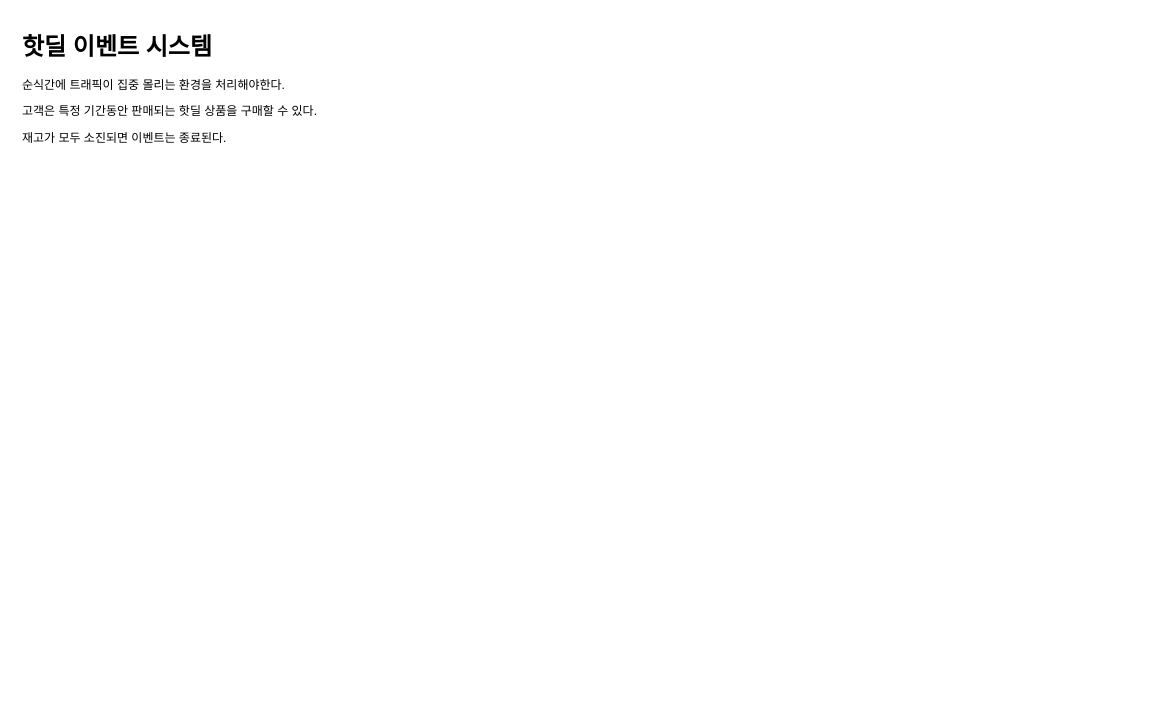
junho3/practice-system-design keeps this draw.io diagram as drawio/핫딜_이벤트_시스템.drawio. Above is the earlier version. Source tidied: cells renumbered, new cells numbered last; positions are measured from the earlier drawing's top-left corner, leaving out a move shared by most shapes. Both pictures are drawn from the tidied source at 100%, with x=0, y=0 at pixel (17, 27).
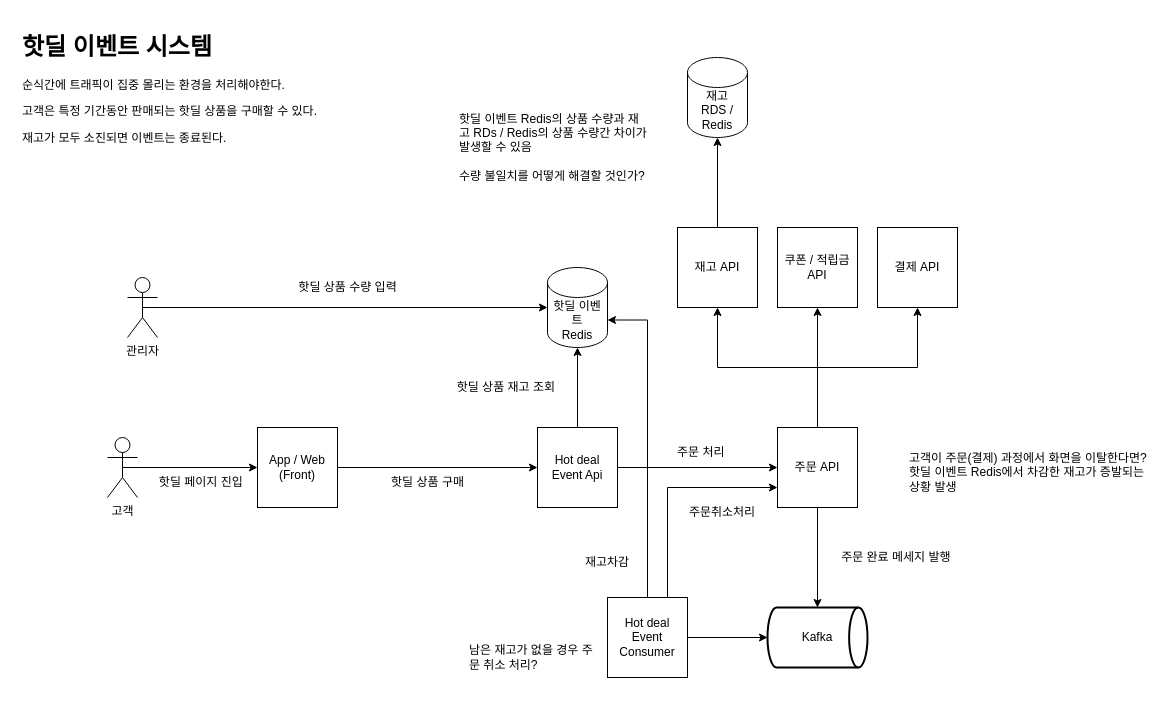
Above is the later version.

Commit message (it also covers changes not shown here):
핫딜_이벤트_시스템.drawio 업데이트

What changed in the source:
```diff
@@
+    <mxCell id="3" style="edgeStyle=orthogonalEdgeStyle;rounded=0;jettySize=auto;html=1;exitX=0.5;exitY=0.5;exitDx=0;exitDy=0;exitPerimeter=0;entryX=0;entryY=0.5;entryDx=0;entryDy=0;" parent="1" edge="1" source="4" target="6">
+      <mxGeometry relative="1" as="geometry" />
+    </mxCell>
+    <mxCell id="4" value="고객" style="shape=umlActor;verticalLabelPosition=bottom;verticalAlign=top;html=1;outlineConnect=0;" parent="1" vertex="1">
+      <mxGeometry x="90" y="410" width="30" height="60" as="geometry" />
+    </mxCell>
+    <mxCell id="5" style="edgeStyle=orthogonalEdgeStyle;rounded=0;jettySize=auto;html=1;exitX=1;exitY=0.5;exitDx=0;exitDy=0;entryX=0;entryY=0.5;entryDx=0;entryDy=0;" parent="1" edge="1" source="6" target="9">
+      <mxGeometry relative="1" as="geometry" />
+    </mxCell>
+    <mxCell id="6" value="App / Web&lt;br&gt;(Front)" style="whiteSpace=wrap;html=1;" parent="1" vertex="1">
+      <mxGeometry x="240" y="400" width="80" height="80" as="geometry" />
+    </mxCell>
+    <mxCell id="7" style="edgeStyle=orthogonalEdgeStyle;rounded=0;jettySize=auto;html=1;exitX=0.5;exitY=0;exitDx=0;exitDy=0;entryX=0.5;entryY=1;entryDx=0;entryDy=0;entryPerimeter=0;" parent="1" edge="1" source="9" target="10">
+      <mxGeometry relative="1" as="geometry" />
+    </mxCell>
+    <mxCell id="8" style="edgeStyle=orthogonalEdgeStyle;rounded=0;jettySize=auto;html=1;exitX=1;exitY=0.5;exitDx=0;exitDy=0;entryX=0;entryY=0.5;entryDx=0;entryDy=0;" parent="1" edge="1" source="9" target="18">
+      <mxGeometry relative="1" as="geometry" />
+    </mxCell>
+    <mxCell id="9" value="Hot deal Event Api" style="whiteSpace=wrap;html=1;" parent="1" vertex="1">
+      <mxGeometry x="520" y="400" width="80" height="80" as="geometry" />
+    </mxCell>
+    <mxCell id="10" value="핫딜 이벤트&lt;br&gt;Redis" style="shape=cylinder3;whiteSpace=wrap;html=1;boundedLbl=1;backgroundOutline=1;size=15;" parent="1" vertex="1">
+      <mxGeometry x="530" y="240" width="60" height="80" as="geometry" />
+    </mxCell>
+    <mxCell id="11" value="핫딜 상품 재고 조회&amp;nbsp;" style="text;html=1;align=center;verticalAlign=middle;strokeColor=none;fillColor=none;" parent="1" vertex="1">
+      <mxGeometry x="425" y="345" width="130" height="30" as="geometry" />
+    </mxCell>
+    <mxCell id="12" value="핫딜 페이지 진입&amp;nbsp;" style="text;html=1;align=center;verticalAlign=middle;strokeColor=none;fillColor=none;" parent="1" vertex="1">
+      <mxGeometry x="130" y="440" width="110" height="30" as="geometry" />
+    </mxCell>
+    <mxCell id="13" value="핫딜 상품 구매" style="text;html=1;align=center;verticalAlign=middle;strokeColor=none;fillColor=none;" parent="1" vertex="1">
+      <mxGeometry x="360" y="440" width="100" height="30" as="geometry" />
+    </mxCell>
+    <mxCell id="14" style="edgeStyle=orthogonalEdgeStyle;rounded=0;jettySize=auto;html=1;exitX=0.5;exitY=0;exitDx=0;exitDy=0;entryX=0.5;entryY=1;entryDx=0;entryDy=0;" parent="1" edge="1" source="18" target="20">
+      <mxGeometry relative="1" as="geometry" />
+    </mxCell>
+    <mxCell id="15" style="edgeStyle=orthogonalEdgeStyle;rounded=0;jettySize=auto;html=1;exitX=0.5;exitY=0;exitDx=0;exitDy=0;entryX=0.5;entryY=1;entryDx=0;entryDy=0;" parent="1" edge="1" source="18" target="21">
+      <mxGeometry relative="1" as="geometry" />
+    </mxCell>
+    <mxCell id="16" style="edgeStyle=orthogonalEdgeStyle;rounded=0;jettySize=auto;html=1;exitX=0.5;exitY=0;exitDx=0;exitDy=0;entryX=0.5;entryY=1;entryDx=0;entryDy=0;" parent="1" edge="1" source="18" target="22">
+      <mxGeometry relative="1" as="geometry" />
+    </mxCell>
+    <mxCell id="17" style="edgeStyle=orthogonalEdgeStyle;rounded=0;jettySize=auto;html=1;exitX=0.5;exitY=1;exitDx=0;exitDy=0;" parent="1" edge="1" source="18" target="30">
+      <mxGeometry relative="1" as="geometry" />
+    </mxCell>
+    <mxCell id="18" value="주문 API" style="whiteSpace=wrap;html=1;" parent="1" vertex="1">
+      <mxGeometry x="760" y="400" width="80" height="80" as="geometry" />
+    </mxCell>
+    <mxCell id="19" style="edgeStyle=orthogonalEdgeStyle;rounded=0;jettySize=auto;html=1;exitX=0.5;exitY=0;exitDx=0;exitDy=0;entryX=0.5;entryY=1;entryDx=0;entryDy=0;entryPerimeter=0;" parent="1" edge="1" source="20" target="26">
+      <mxGeometry relative="1" as="geometry" />
+    </mxCell>
+    <mxCell id="20" value="재고 API" style="whiteSpace=wrap;html=1;" parent="1" vertex="1">
+      <mxGeometry x="660" y="200" width="80" height="80" as="geometry" />
+    </mxCell>
+    <mxCell id="21" value="쿠폰 / 적립금API" style="whiteSpace=wrap;html=1;" parent="1" vertex="1">
+      <mxGeometry x="760" y="200" width="80" height="80" as="geometry" />
+    </mxCell>
+    <mxCell id="22" value="결제 API" style="whiteSpace=wrap;html=1;" parent="1" vertex="1">
+      <mxGeometry x="860" y="200" width="80" height="80" as="geometry" />
+    </mxCell>
+    <mxCell id="23" style="edgeStyle=orthogonalEdgeStyle;rounded=0;jettySize=auto;html=1;exitX=0.5;exitY=0.5;exitDx=0;exitDy=0;exitPerimeter=0;entryX=0;entryY=0.5;entryDx=0;entryDy=0;entryPerimeter=0;" parent="1" edge="1" source="24" target="10">
+      <mxGeometry relative="1" as="geometry" />
+    </mxCell>
+    <mxCell id="24" value="관리자" style="shape=umlActor;verticalLabelPosition=bottom;verticalAlign=top;html=1;outlineConnect=0;" parent="1" vertex="1">
+      <mxGeometry x="110" y="250" width="30" height="60" as="geometry" />
+    </mxCell>
+    <mxCell id="25" value="핫딜 상품 수량 입력" style="text;html=1;align=center;verticalAlign=middle;strokeColor=none;fillColor=none;" parent="1" vertex="1">
+      <mxGeometry x="270" y="245" width="120" height="30" as="geometry" />
+    </mxCell>
+    <mxCell id="26" value="재고&lt;br&gt;RDS / Redis" style="shape=cylinder3;whiteSpace=wrap;html=1;boundedLbl=1;backgroundOutline=1;size=15;" parent="1" vertex="1">
+      <mxGeometry x="670" y="30" width="60" height="80" as="geometry" />
+    </mxCell>
+    <mxCell id="27" value="주문 처리&amp;nbsp;" style="text;html=1;align=center;verticalAlign=middle;strokeColor=none;fillColor=none;" parent="1" vertex="1">
+      <mxGeometry x="650" y="410" width="70" height="30" as="geometry" />
+    </mxCell>
+    <mxCell id="28" value="핫딜 이벤트 Redis의 상품 수량과 재고 RDs / Redis의 상품 수량간 차이가 발생할 수 있음&lt;br&gt;&lt;br&gt;수량 불일치를 어떻게 해결할 것인가?" style="text;html=1;strokeColor=none;fillColor=none;align=left;verticalAlign=middle;whiteSpace=wrap;rounded=0;" parent="1" vertex="1">
+      <mxGeometry x="440" y="70" width="190" height="100" as="geometry" />
+    </mxCell>
+    <mxCell id="29" value="고객이 주문(결제) 과정에서 화면을 이탈한다면?&lt;br&gt;핫딜 이벤트 Redis에서 차감한 재고가 증발되는 상황 발생" style="text;html=1;strokeColor=none;fillColor=none;align=left;verticalAlign=middle;whiteSpace=wrap;rounded=0;" parent="1" vertex="1">
+      <mxGeometry x="890" y="400" width="250" height="90" as="geometry" />
+    </mxCell>
+    <mxCell id="30" value="Kafka" style="strokeWidth=2;html=1;shape=mxgraph.flowchart.direct_data;whiteSpace=wrap;" parent="1" vertex="1">
+      <mxGeometry x="750" y="580" width="100" height="60" as="geometry" />
+    </mxCell>
+    <mxCell id="31" value="주문 완료 메세지 발행&amp;nbsp;" style="text;html=1;align=center;verticalAlign=middle;strokeColor=none;fillColor=none;" parent="1" vertex="1">
+      <mxGeometry x="810" y="515" width="140" height="30" as="geometry" />
+    </mxCell>
+    <mxCell id="32" style="edgeStyle=orthogonalEdgeStyle;rounded=0;jettySize=auto;html=1;exitX=1;exitY=0.5;exitDx=0;exitDy=0;entryX=0;entryY=0.5;entryDx=0;entryDy=0;entryPerimeter=0;" parent="1" edge="1" source="35" target="30">
+      <mxGeometry relative="1" as="geometry" />
+    </mxCell>
+    <mxCell id="33" style="edgeStyle=orthogonalEdgeStyle;rounded=0;jettySize=auto;html=1;exitX=0.5;exitY=0;exitDx=0;exitDy=0;entryX=1;entryY=0;entryDx=0;entryDy=52.5;entryPerimeter=0;" parent="1" edge="1" source="35" target="10">
+      <mxGeometry relative="1" as="geometry" />
+    </mxCell>
+    <mxCell id="34" style="edgeStyle=orthogonalEdgeStyle;rounded=0;jettySize=auto;html=1;exitX=0.75;exitY=0;exitDx=0;exitDy=0;entryX=0;entryY=0.75;entryDx=0;entryDy=0;" parent="1" edge="1" source="35" target="18">
+      <mxGeometry relative="1" as="geometry" />
+    </mxCell>
+    <mxCell id="35" value="Hot deal Event Consumer" style="whiteSpace=wrap;html=1;" parent="1" vertex="1">
+      <mxGeometry x="590" y="570" width="80" height="80" as="geometry" />
+    </mxCell>
+    <mxCell id="36" value="재고차감" style="text;html=1;strokeColor=none;fillColor=none;align=center;verticalAlign=middle;whiteSpace=wrap;rounded=0;" parent="1" vertex="1">
+      <mxGeometry x="560" y="520" width="60" height="30" as="geometry" />
+    </mxCell>
+    <mxCell id="37" value="남은 재고가 없을 경우 주문 취소 처리?&amp;nbsp;" style="text;html=1;strokeColor=none;fillColor=none;align=left;verticalAlign=middle;whiteSpace=wrap;rounded=0;" parent="1" vertex="1">
+      <mxGeometry x="450" y="580" width="130" height="100" as="geometry" />
+    </mxCell>
+    <mxCell id="38" value="주문취소처리" style="text;html=1;strokeColor=none;fillColor=none;align=center;verticalAlign=middle;whiteSpace=wrap;rounded=0;" parent="1" vertex="1">
+      <mxGeometry x="670" y="470" width="70" height="30" as="geometry" />
+    </mxCell>
```
